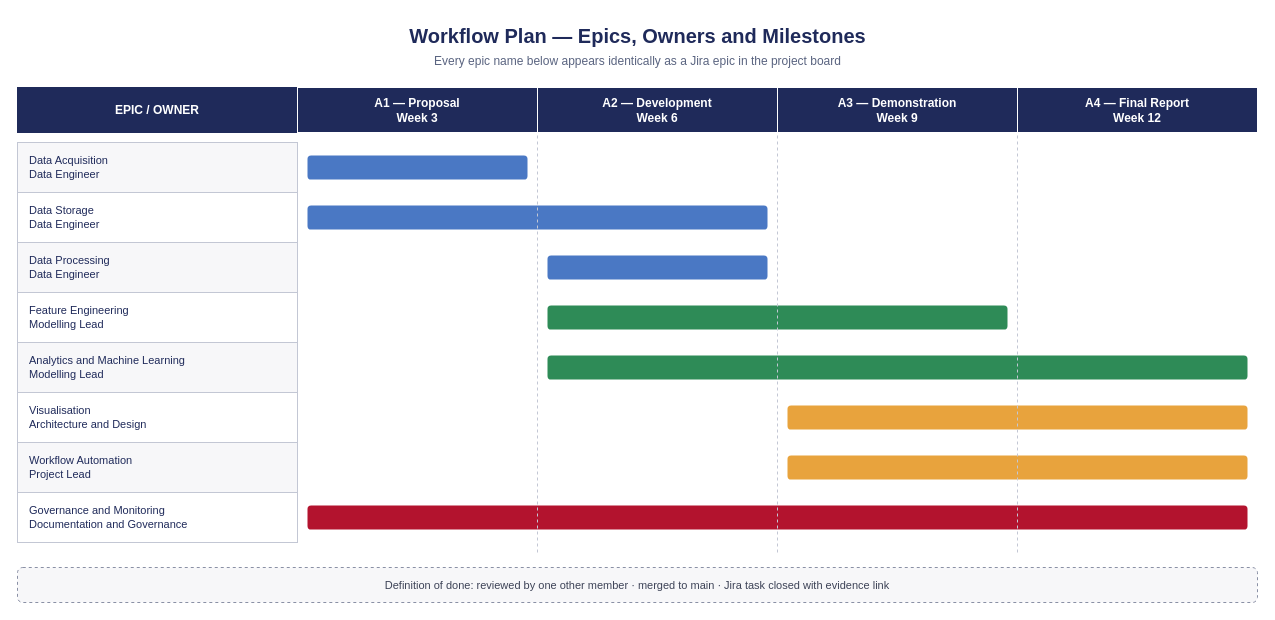
Before: Workflow_Diagrams/02-workflow-plan.drawio in Uttam1618/PRT661-solar-forecasting, a draw.io diagram. Source tidied: cells renumbered, new cells numbered last; positions are measured from the earlier drawing's top-left corner, leaving out a move shared by most shapes. Both pictures are drawn from the tidied source at 100%, with x=0, y=0 at pixel (17, 17).
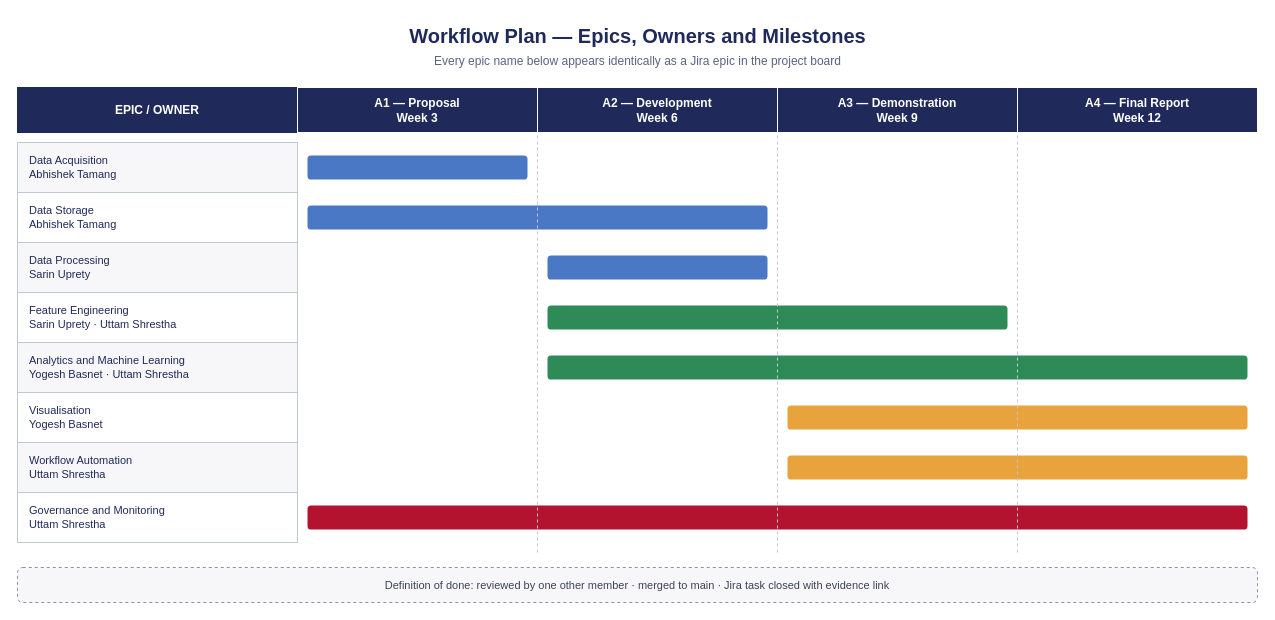
The same diagram, later.

Commit message (it also covers changes not shown here):
Align epic ownership across diagram, docs and Jira

What changed in the source:
```diff
@@
-    <mxCell id="9" value="Data Acquisition&#10;Data Engineer" style="rounded=0;whiteSpace=wrap;html=1;fillColor=#F7F7F9;strokeColor=#C3C7D4;fontColor=#1F2A5A;fontSize=11;align=left;spacingLeft=10;" parent="1" vertex="1">
+    <mxCell id="9" value="Data Acquisition&#10;Abhishek Tamang" style="rounded=0;whiteSpace=wrap;html=1;fillColor=#F7F7F9;strokeColor=#C3C7D4;fontColor=#1F2A5A;fontSize=11;align=left;spacingLeft=10;" parent="1" vertex="1">
       <mxGeometry y="125" width="280" height="50" as="geometry" />
     </mxCell>
@@
-    <mxCell id="11" value="Data Storage&#10;Data Engineer" style="rounded=0;whiteSpace=wrap;html=1;fillColor=#FFFFFF;strokeColor=#C3C7D4;fontColor=#1F2A5A;fontSize=11;align=left;spacingLeft=10;" parent="1" vertex="1">
+    <mxCell id="11" value="Data Storage&#10;Abhishek Tamang" style="rounded=0;whiteSpace=wrap;html=1;fillColor=#FFFFFF;strokeColor=#C3C7D4;fontColor=#1F2A5A;fontSize=11;align=left;spacingLeft=10;" parent="1" vertex="1">
       <mxGeometry y="175" width="280" height="50" as="geometry" />
     </mxCell>
@@
-    <mxCell id="13" value="Data Processing&#10;Data Engineer" style="rounded=0;whiteSpace=wrap;html=1;fillColor=#F7F7F9;strokeColor=#C3C7D4;fontColor=#1F2A5A;fontSize=11;align=left;spacingLeft=10;" parent="1" vertex="1">
+    <mxCell id="13" value="Data Processing&#10;Sarin Uprety" style="rounded=0;whiteSpace=wrap;html=1;fillColor=#F7F7F9;strokeColor=#C3C7D4;fontColor=#1F2A5A;fontSize=11;align=left;spacingLeft=10;" parent="1" vertex="1">
       <mxGeometry y="225" width="280" height="50" as="geometry" />
     </mxCell>
@@
-    <mxCell id="15" value="Feature Engineering&#10;Modelling Lead" style="rounded=0;whiteSpace=wrap;html=1;fillColor=#FFFFFF;strokeColor=#C3C7D4;fontColor=#1F2A5A;fontSize=11;align=left;spacingLeft=10;" parent="1" vertex="1">
+    <mxCell id="15" value="Feature Engineering&#10;Sarin Uprety · Uttam Shrestha" style="rounded=0;whiteSpace=wrap;html=1;fillColor=#FFFFFF;strokeColor=#C3C7D4;fontColor=#1F2A5A;fontSize=11;align=left;spacingLeft=10;" parent="1" vertex="1">
       <mxGeometry y="275" width="280" height="50" as="geometry" />
     </mxCell>
@@
-    <mxCell id="17" value="Analytics and Machine Learning&#10;Modelling Lead" style="rounded=0;whiteSpace=wrap;html=1;fillColor=#F7F7F9;strokeColor=#C3C7D4;fontColor=#1F2A5A;fontSize=11;align=left;spacingLeft=10;" parent="1" vertex="1">
+    <mxCell id="17" value="Analytics and Machine Learning&#10;Yogesh Basnet · Uttam Shrestha" style="rounded=0;whiteSpace=wrap;html=1;fillColor=#F7F7F9;strokeColor=#C3C7D4;fontColor=#1F2A5A;fontSize=11;align=left;spacingLeft=10;" parent="1" vertex="1">
       <mxGeometry y="325" width="280" height="50" as="geometry" />
     </mxCell>
@@
-    <mxCell id="19" value="Visualisation&#10;Architecture and Design" style="rounded=0;whiteSpace=wrap;html=1;fillColor=#FFFFFF;strokeColor=#C3C7D4;fontColor=#1F2A5A;fontSize=11;align=left;spacingLeft=10;" parent="1" vertex="1">
+    <mxCell id="19" value="Visualisation&#10;Yogesh Basnet" style="rounded=0;whiteSpace=wrap;html=1;fillColor=#FFFFFF;strokeColor=#C3C7D4;fontColor=#1F2A5A;fontSize=11;align=left;spacingLeft=10;" parent="1" vertex="1">
       <mxGeometry y="375" width="280" height="50" as="geometry" />
     </mxCell>
@@
-    <mxCell id="21" value="Workflow Automation&#10;Project Lead" style="rounded=0;whiteSpace=wrap;html=1;fillColor=#F7F7F9;strokeColor=#C3C7D4;fontColor=#1F2A5A;fontSize=11;align=left;spacingLeft=10;" parent="1" vertex="1">
+    <mxCell id="21" value="Workflow Automation&#10;Uttam Shrestha" style="rounded=0;whiteSpace=wrap;html=1;fillColor=#F7F7F9;strokeColor=#C3C7D4;fontColor=#1F2A5A;fontSize=11;align=left;spacingLeft=10;" parent="1" vertex="1">
       <mxGeometry y="425" width="280" height="50" as="geometry" />
     </mxCell>
@@
-    <mxCell id="23" value="Governance and Monitoring&#10;Documentation and Governance" style="rounded=0;whiteSpace=wrap;html=1;fillColor=#FFFFFF;strokeColor=#C3C7D4;fontColor=#1F2A5A;fontSize=11;align=left;spacingLeft=10;" parent="1" vertex="1">
+    <mxCell id="23" value="Governance and Monitoring&#10;Uttam Shrestha" style="rounded=0;whiteSpace=wrap;html=1;fillColor=#FFFFFF;strokeColor=#C3C7D4;fontColor=#1F2A5A;fontSize=11;align=left;spacingLeft=10;" parent="1" vertex="1">
       <mxGeometry y="475" width="280" height="50" as="geometry" />
     </mxCell>
```
